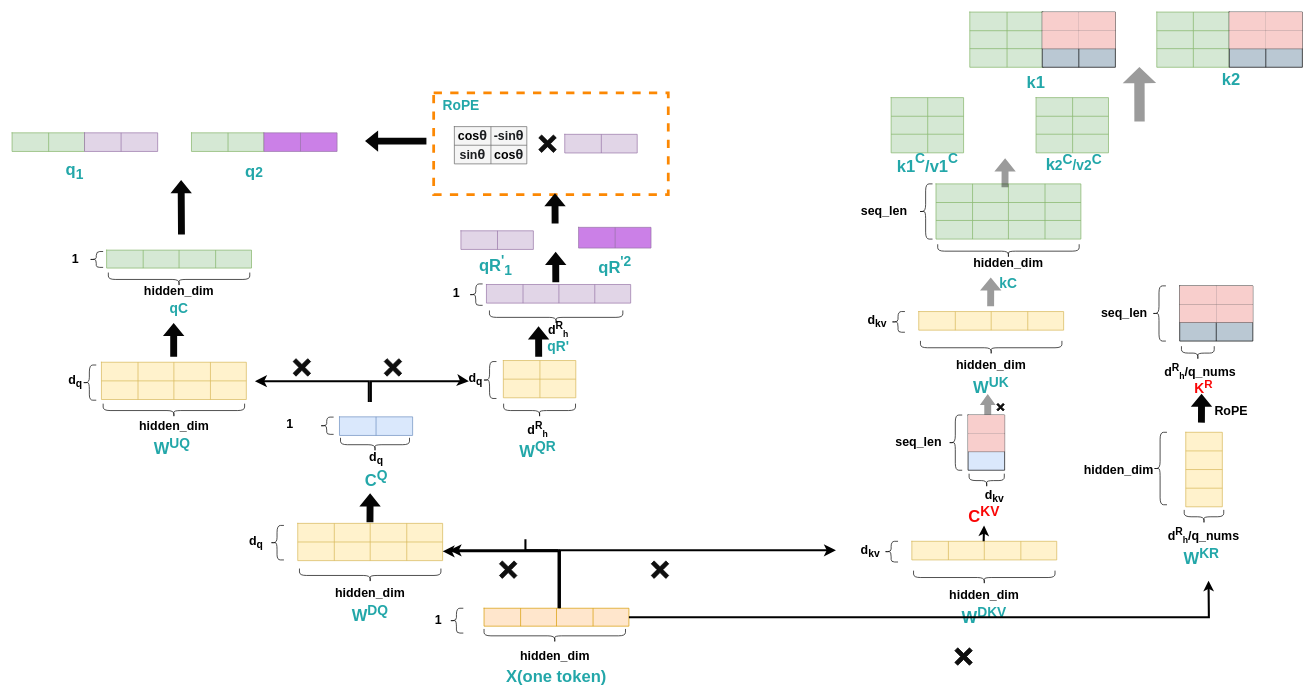
Above: drawio_images/MLA.drawio in zty-king/zty-king (draw.io), before the change. Source tidied: cells renumbered, new cells numbered last; positions are measured from the earlier drawing's top-left corner, leaving out a move shared by most shapes. Both pictures are drawn from the tidied source at 69%, with x=0, y=0 at pixel (12, 12).
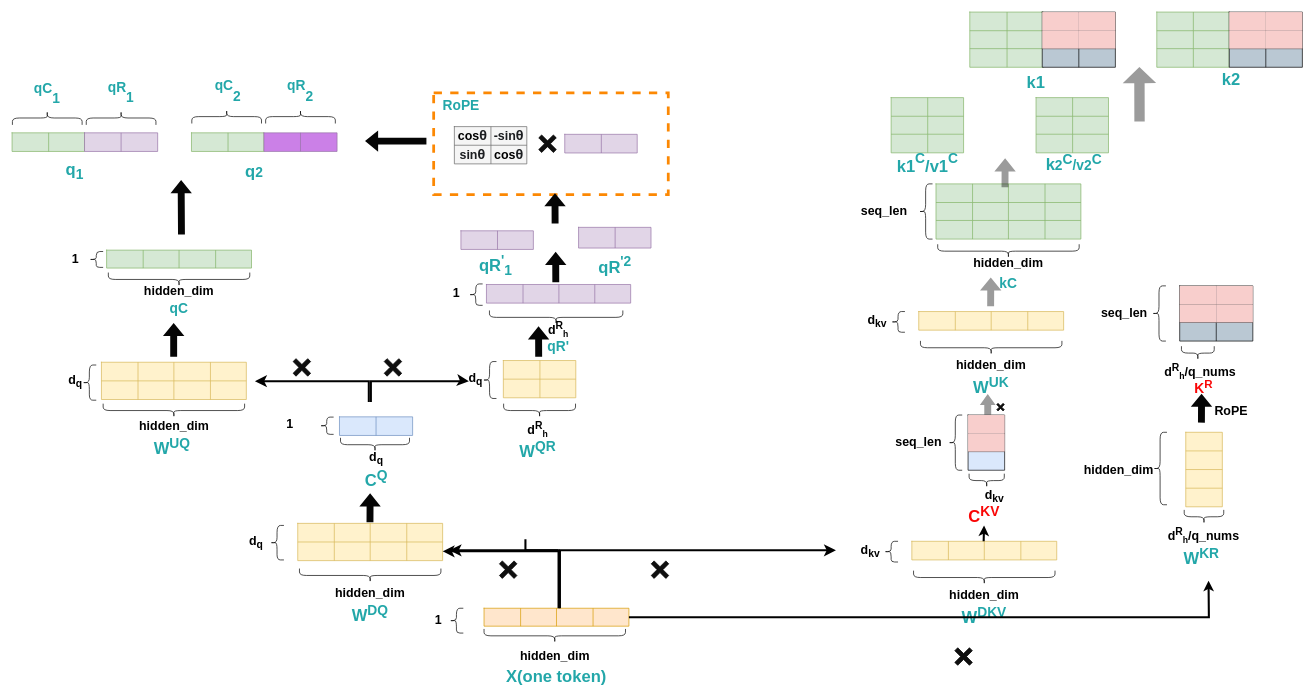
The same page after the edit.

The edit, as a diff of the source:
```diff
@@
-    <mxCell id="218" style="shape=table;startSize=0;childLayout=tableLayout;fontSize=16;fillColor=#CB80E7;strokeColor=#9673a6;" parent="1" vertex="1">
+    <mxCell id="218" style="shape=table;startSize=0;childLayout=tableLayout;fontSize=16;fillColor=#e1d5e7;strokeColor=#9673a6;" parent="1" vertex="1">
       <mxGeometry x="821" y="312" width="105" height="30" as="geometry" />
     </mxCell>
@@
+    <mxCell id="305" style="shape=curlyBracket;whiteSpace=wrap;html=1;rounded=1;labelPosition=left;verticalLabelPosition=middle;align=right;verticalAlign=middle;rotation=90;" parent="1" vertex="1">
+      <mxGeometry x="41" y="103" width="20" height="101" as="geometry" />
+    </mxCell>
+    <mxCell id="306" style="shape=curlyBracket;whiteSpace=wrap;html=1;rounded=1;labelPosition=left;verticalLabelPosition=middle;align=right;verticalAlign=middle;rotation=90;" parent="1" vertex="1">
+      <mxGeometry x="148" y="103" width="20" height="101" as="geometry" />
+    </mxCell>
+    <mxCell id="307" style="shape=curlyBracket;whiteSpace=wrap;html=1;rounded=1;labelPosition=left;verticalLabelPosition=middle;align=right;verticalAlign=middle;rotation=90;" parent="1" vertex="1">
+      <mxGeometry x="301" y="101" width="20" height="101" as="geometry" />
+    </mxCell>
+    <mxCell id="308" style="shape=curlyBracket;whiteSpace=wrap;html=1;rounded=1;labelPosition=left;verticalLabelPosition=middle;align=right;verticalAlign=middle;rotation=90;" parent="1" vertex="1">
+      <mxGeometry x="408" y="101" width="20" height="101" as="geometry" />
+    </mxCell>
+    <mxCell id="309" value="&lt;font color=&quot;#23a7a9&quot;&gt;&lt;b style=&quot;&quot;&gt;&lt;span style=&quot;font-size: 24px;&quot;&gt;&lt;sup&gt;qC&lt;/sup&gt;&lt;sub&gt;1&lt;/sub&gt;&lt;/span&gt;&lt;/b&gt;&lt;/font&gt;" style="text;html=1;whiteSpace=wrap;strokeColor=none;fillColor=none;align=center;verticalAlign=middle;rounded=0;" parent="1" vertex="1">
+      <mxGeometry x="21" y="103" width="60" height="30" as="geometry" />
+    </mxCell>
+    <mxCell id="310" value="&lt;font color=&quot;#23a7a9&quot;&gt;&lt;b style=&quot;&quot;&gt;&lt;span style=&quot;font-size: 24px;&quot;&gt;&lt;sup&gt;qC&lt;/sup&gt;&lt;sub&gt;2&lt;/sub&gt;&lt;/span&gt;&lt;/b&gt;&lt;/font&gt;" style="text;html=1;whiteSpace=wrap;strokeColor=none;fillColor=none;align=center;verticalAlign=middle;rounded=0;" parent="1" vertex="1">
+      <mxGeometry x="282.5" y="99" width="60" height="30" as="geometry" />
+    </mxCell>
+    <mxCell id="311" value="&lt;font color=&quot;#23a7a9&quot;&gt;&lt;b style=&quot;&quot;&gt;&lt;span style=&quot;font-size: 24px;&quot;&gt;&lt;sup&gt;qR&lt;/sup&gt;&lt;sub&gt;1&lt;/sub&gt;&lt;/span&gt;&lt;/b&gt;&lt;/font&gt;" style="text;html=1;whiteSpace=wrap;strokeColor=none;fillColor=none;align=center;verticalAlign=middle;rounded=0;" parent="1" vertex="1">
+      <mxGeometry x="128" y="101" width="60" height="30" as="geometry" />
+    </mxCell>
+    <mxCell id="312" value="&lt;font color=&quot;#23a7a9&quot;&gt;&lt;b style=&quot;&quot;&gt;&lt;span style=&quot;font-size: 24px;&quot;&gt;&lt;sup&gt;qR&lt;/sup&gt;&lt;sub&gt;2&lt;/sub&gt;&lt;/span&gt;&lt;/b&gt;&lt;/font&gt;" style="text;html=1;whiteSpace=wrap;strokeColor=none;fillColor=none;align=center;verticalAlign=middle;rounded=0;" parent="1" vertex="1">
+      <mxGeometry x="388" y="99" width="60" height="30" as="geometry" />
+    </mxCell>
```
